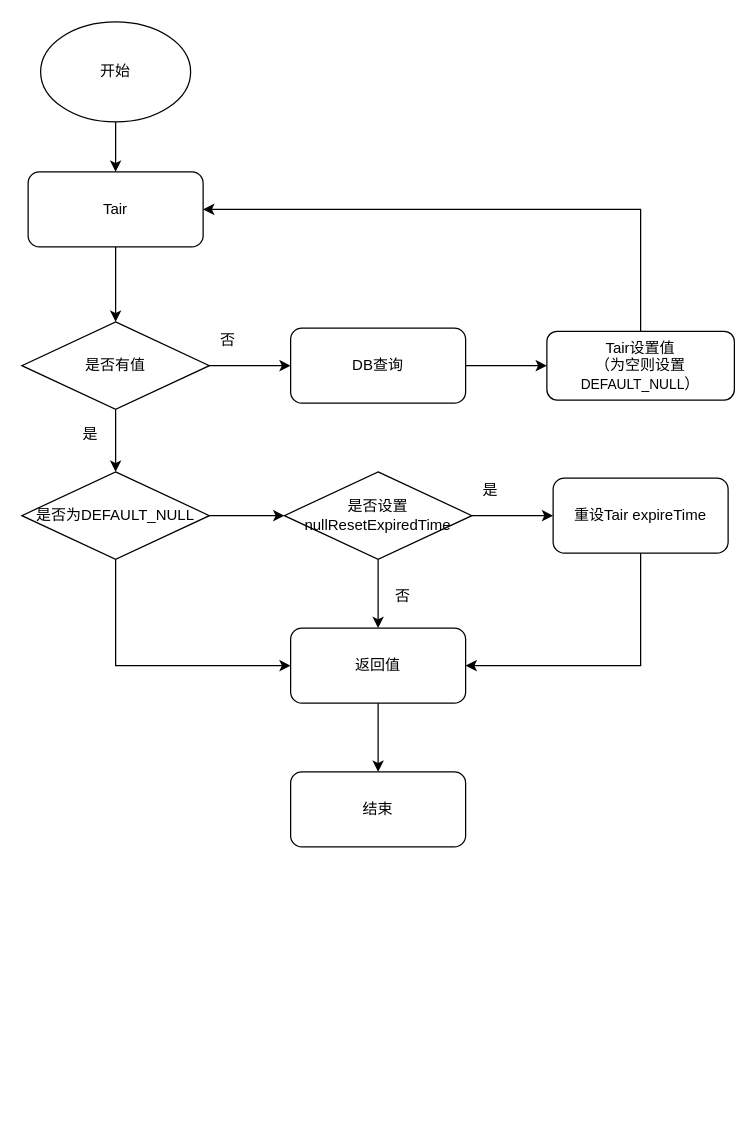
Earlier version of the draw.io diagram 减小Tair失效时间.drawio (heyrry/draw.io). Source tidied: cells renumbered, new cells numbered last; positions are measured from the earlier drawing's top-left corner, leaving out a move shared by most shapes. Both pictures are drawn from the tidied source at 125%, with x=0, y=0 at pixel (21, 21).
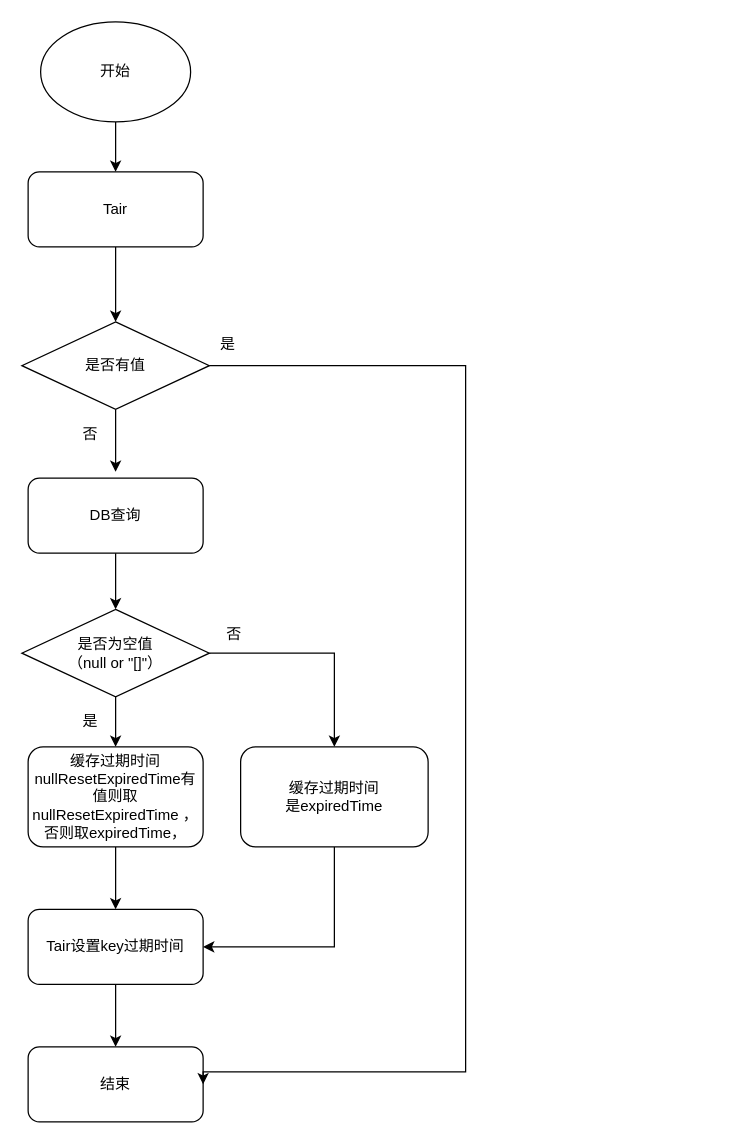
The same diagram, later.

Commit message:
更新减小Tair失效时间.drawio

Unchanged cells that the change refers to:
```xml
<mxCell id="5" value="Tair" style="rounded=1;whiteSpace=wrap;html=1;fillColor=none;" parent="1" vertex="1">
  <mxGeometry x="5" y="120" width="140" height="60" as="geometry" />
</mxCell>
<mxCell id="8" value="是否有值" style="rhombus;whiteSpace=wrap;html=1;fillColor=none;" parent="1" vertex="1">
  <mxGeometry y="240" width="150" height="70" as="geometry" />
</mxCell>
```

The edit, as a diff of the source:
```diff
@@
-    <mxCell id="6" style="edgeStyle=orthogonalEdgeStyle;rounded=0;jettySize=auto;html=1;exitX=1;exitY=0.5;exitDx=0;exitDy=0;entryX=0;entryY=0.5;entryDx=0;entryDy=0;" parent="1" edge="1" source="8" target="12">
-      <mxGeometry relative="1" as="geometry" />
+    <mxCell id="6" style="edgeStyle=orthogonalEdgeStyle;rounded=0;jettySize=auto;html=1;exitX=1;exitY=0.5;exitDx=0;exitDy=0;entryX=1;entryY=0.5;entryDx=0;entryDy=0;" parent="1" edge="1" source="8" target="9">
+      <mxGeometry relative="1" as="geometry">
+        <Array as="points">
+          <mxPoint x="355" y="275" />
+          <mxPoint x="355" y="840" />
+        </Array>
+      </mxGeometry>
     </mxCell>
-    <mxCell id="7" style="edgeStyle=orthogonalEdgeStyle;rounded=0;jettySize=auto;html=1;exitX=0.5;exitY=1;exitDx=0;exitDy=0;entryX=0.5;entryY=0;entryDx=0;entryDy=0;" parent="1" edge="1" source="8" target="15">
-      <mxGeometry relative="1" as="geometry" />
+    <mxCell id="7" style="edgeStyle=orthogonalEdgeStyle;rounded=0;jettySize=auto;html=1;exitX=0.5;exitY=1;exitDx=0;exitDy=0;entryX=0.5;entryY=0;entryDx=0;entryDy=0;" parent="1" edge="1" source="8">
+      <mxGeometry relative="1" as="geometry">
+        <mxPoint x="75" y="360" as="targetPoint" />
+      </mxGeometry>
     </mxCell>
@@
-    <mxCell id="9" value="结束" style="rounded=1;whiteSpace=wrap;html=1;fillColor=none;" parent="1" vertex="1">
-      <mxGeometry x="215" y="600" width="140" height="60" as="geometry" />
-    </mxCell>
-    <mxCell id="10" style="edgeStyle=orthogonalEdgeStyle;rounded=0;jettySize=auto;html=1;exitX=0.5;exitY=0;exitDx=0;exitDy=0;entryX=1;entryY=0.5;entryDx=0;entryDy=0;" parent="1" edge="1" source="27" target="5">
-      <mxGeometry relative="1" as="geometry" />
-    </mxCell>
-    <mxCell id="11" style="edgeStyle=orthogonalEdgeStyle;rounded=0;jettySize=auto;html=1;exitX=1;exitY=0.5;exitDx=0;exitDy=0;entryX=0;entryY=0.5;entryDx=0;entryDy=0;" parent="1" edge="1" source="12" target="27">
-      <mxGeometry relative="1" as="geometry" />
-    </mxCell>
-    <mxCell id="12" value="DB查询" style="rounded=1;whiteSpace=wrap;html=1;fillColor=none;" parent="1" vertex="1">
-      <mxGeometry x="215" y="245" width="140" height="60" as="geometry" />
-    </mxCell>
-    <mxCell id="13" style="edgeStyle=orthogonalEdgeStyle;rounded=0;jettySize=auto;html=1;exitX=0.5;exitY=1;exitDx=0;exitDy=0;entryX=0;entryY=0.5;entryDx=0;entryDy=0;" parent="1" edge="1" source="15" target="17">
-      <mxGeometry relative="1" as="geometry" />
-    </mxCell>
-    <mxCell id="14" style="edgeStyle=orthogonalEdgeStyle;rounded=0;jettySize=auto;html=1;exitX=1;exitY=0.5;exitDx=0;exitDy=0;entryX=0;entryY=0.5;entryDx=0;entryDy=0;" parent="1" edge="1" source="15" target="22">
-      <mxGeometry relative="1" as="geometry" />
-    </mxCell>
-    <mxCell id="15" value="是否为DEFAULT_NULL" style="rhombus;whiteSpace=wrap;html=1;fillColor=none;" parent="1" vertex="1">
-      <mxGeometry y="360" width="150" height="70" as="geometry" />
-    </mxCell>
-    <mxCell id="16" style="edgeStyle=orthogonalEdgeStyle;rounded=0;jettySize=auto;html=1;exitX=0.5;exitY=1;exitDx=0;exitDy=0;entryX=0.5;entryY=0;entryDx=0;entryDy=0;" parent="1" edge="1" source="17" target="9">
-      <mxGeometry relative="1" as="geometry" />
-    </mxCell>
-    <mxCell id="17" value="返回值" style="rounded=1;whiteSpace=wrap;html=1;fillColor=none;" parent="1" vertex="1">
-      <mxGeometry x="215" y="485" width="140" height="60" as="geometry" />
-    </mxCell>
-    <mxCell id="18" style="edgeStyle=orthogonalEdgeStyle;rounded=0;jettySize=auto;html=1;exitX=0.5;exitY=1;exitDx=0;exitDy=0;entryX=1;entryY=0.5;entryDx=0;entryDy=0;" parent="1" edge="1" source="19" target="17">
-      <mxGeometry relative="1" as="geometry" />
-    </mxCell>
-    <mxCell id="19" value="重设Tair expireTime" style="rounded=1;whiteSpace=wrap;html=1;fillColor=none;" parent="1" vertex="1">
-      <mxGeometry x="425" y="365" width="140" height="60" as="geometry" />
-    </mxCell>
-    <mxCell id="20" style="edgeStyle=orthogonalEdgeStyle;rounded=0;jettySize=auto;html=1;exitX=0.5;exitY=1;exitDx=0;exitDy=0;entryX=0.5;entryY=0;entryDx=0;entryDy=0;" parent="1" edge="1" source="22" target="17">
-      <mxGeometry relative="1" as="geometry" />
-    </mxCell>
-    <mxCell id="21" style="edgeStyle=orthogonalEdgeStyle;rounded=0;jettySize=auto;html=1;exitX=1;exitY=0.5;exitDx=0;exitDy=0;entryX=0;entryY=0.5;entryDx=0;entryDy=0;" parent="1" edge="1" source="22" target="19">
-      <mxGeometry relative="1" as="geometry" />
-    </mxCell>
-    <mxCell id="22" value="是否设置nullResetExpiredTime" style="rhombus;whiteSpace=wrap;html=1;fillColor=none;" parent="1" vertex="1">
-      <mxGeometry x="210" y="360" width="150" height="70" as="geometry" />
-    </mxCell>
     <mxCell id="23" value="是" style="text;html=1;align=center;verticalAlign=middle;whiteSpace=wrap;rounded=0;" parent="1" vertex="1">
-      <mxGeometry x="35" y="320" width="40" height="20" as="geometry" />
+      <mxGeometry x="145" y="247.5" width="40" height="20" as="geometry" />
     </mxCell>
     <mxCell id="24" value="否" style="text;html=1;align=center;verticalAlign=middle;whiteSpace=wrap;rounded=0;" parent="1" vertex="1">
-      <mxGeometry x="145" y="245" width="40" height="20" as="geometry" />
+      <mxGeometry x="35" y="320" width="40" height="20" as="geometry" />
     </mxCell>
+    <mxCell id="28" style="edgeStyle=orthogonalEdgeStyle;rounded=0;jettySize=auto;html=1;exitX=0.5;exitY=1;exitDx=0;exitDy=0;entryX=0.5;entryY=0;entryDx=0;entryDy=0;" parent="1" edge="1" source="12" target="31">
+      <mxGeometry relative="1" as="geometry" />
+    </mxCell>
+    <mxCell id="12" value="DB查询" style="rounded=1;whiteSpace=wrap;html=1;fillColor=none;" parent="1" vertex="1">
+      <mxGeometry x="5" y="365" width="140" height="60" as="geometry" />
+    </mxCell>
+    <mxCell id="29" style="edgeStyle=orthogonalEdgeStyle;rounded=0;jettySize=auto;html=1;exitX=0.5;exitY=1;exitDx=0;exitDy=0;entryX=0.5;entryY=0;entryDx=0;entryDy=0;" parent="1" edge="1" source="31" target="33">
+      <mxGeometry relative="1" as="geometry" />
+    </mxCell>
+    <mxCell id="30" style="edgeStyle=orthogonalEdgeStyle;rounded=0;jettySize=auto;html=1;exitX=1;exitY=0.5;exitDx=0;exitDy=0;entryX=0.5;entryY=0;entryDx=0;entryDy=0;" parent="1" edge="1" source="31" target="37">
+      <mxGeometry relative="1" as="geometry" />
+    </mxCell>
+    <mxCell id="31" value="是否为空值&lt;div&gt;（null or &quot;[]&quot;）&lt;/div&gt;" style="rhombus;whiteSpace=wrap;html=1;fillColor=none;" parent="1" vertex="1">
+      <mxGeometry y="470" width="150" height="70" as="geometry" />
+    </mxCell>
+    <mxCell id="32" style="edgeStyle=orthogonalEdgeStyle;rounded=0;jettySize=auto;html=1;exitX=0.5;exitY=1;exitDx=0;exitDy=0;entryX=0.5;entryY=0;entryDx=0;entryDy=0;" parent="1" edge="1" source="33" target="35">
+      <mxGeometry relative="1" as="geometry" />
+    </mxCell>
+    <mxCell id="33" value="&lt;div&gt;缓存过期时间&lt;/div&gt;&lt;div&gt;nullResetExpiredTime有值则取&lt;span style=&quot;background-color: initial;&quot;&gt;nullResetExpiredTime ，否则取&lt;/span&gt;&lt;span style=&quot;background-color: initial;&quot;&gt;expiredTime，&lt;/span&gt;&lt;/div&gt;" style="rounded=1;whiteSpace=wrap;html=1;fillColor=none;" parent="1" vertex="1">
+      <mxGeometry x="5" y="580" width="140" height="80" as="geometry" />
+    </mxCell>
+    <mxCell id="34" style="edgeStyle=orthogonalEdgeStyle;rounded=0;jettySize=auto;html=1;exitX=0.5;exitY=1;exitDx=0;exitDy=0;entryX=0.5;entryY=0;entryDx=0;entryDy=0;" parent="1" edge="1" source="35" target="9">
+      <mxGeometry relative="1" as="geometry" />
+    </mxCell>
+    <mxCell id="35" value="Tair设置key过期时间" style="rounded=1;whiteSpace=wrap;html=1;fillColor=none;" parent="1" vertex="1">
+      <mxGeometry x="5" y="710" width="140" height="60" as="geometry" />
+    </mxCell>
+    <mxCell id="9" value="结束" style="rounded=1;whiteSpace=wrap;html=1;fillColor=none;" parent="1" vertex="1">
+      <mxGeometry x="5" y="820" width="140" height="60" as="geometry" />
+    </mxCell>
+    <mxCell id="26" value="否" style="text;html=1;align=center;verticalAlign=middle;whiteSpace=wrap;rounded=0;" parent="1" vertex="1">
+      <mxGeometry x="150" y="480" width="40" height="20" as="geometry" />
+    </mxCell>
     <mxCell id="25" value="是" style="text;html=1;align=center;verticalAlign=middle;whiteSpace=wrap;rounded=0;" parent="1" vertex="1">
-      <mxGeometry x="355" y="365" width="40" height="20" as="geometry" />
+      <mxGeometry x="35" y="550" width="40" height="20" as="geometry" />
     </mxCell>
-    <mxCell id="26" value="否" style="text;html=1;align=center;verticalAlign=middle;whiteSpace=wrap;rounded=0;" parent="1" vertex="1">
-      <mxGeometry x="285" y="450" width="40" height="20" as="geometry" />
-    </mxCell>
-    <mxCell id="27" value="Tair设置值&lt;div&gt;（为空则设置&lt;span style=&quot;background-color: initial;&quot;&gt;&lt;font style=&quot;font-size: 11px;&quot;&gt;DEFAULT_NULL&lt;/font&gt;&lt;/span&gt;&lt;span style=&quot;background-color: initial;&quot;&gt;）&lt;/span&gt;&lt;/div&gt;" style="rounded=1;whiteSpace=wrap;html=1;fillColor=none;align=center;" parent="1" vertex="1">
-      <mxGeometry x="420" y="247.5" width="150" height="55" as="geometry" />
-    </mxCell>
+    <mxCell id="36" style="edgeStyle=orthogonalEdgeStyle;rounded=0;jettySize=auto;html=1;exitX=0.5;exitY=1;exitDx=0;exitDy=0;entryX=1;entryY=0.5;entryDx=0;entryDy=0;" parent="1" edge="1" source="37" target="35">
+      <mxGeometry relative="1" as="geometry" />
+    </mxCell>
+    <mxCell id="37" value="缓存过期时间&lt;div&gt;是expiredTime&lt;/div&gt;" style="rounded=1;whiteSpace=wrap;html=1;fillColor=none;" parent="1" vertex="1">
+      <mxGeometry x="175" y="580" width="150" height="80" as="geometry" />
+    </mxCell>
```
